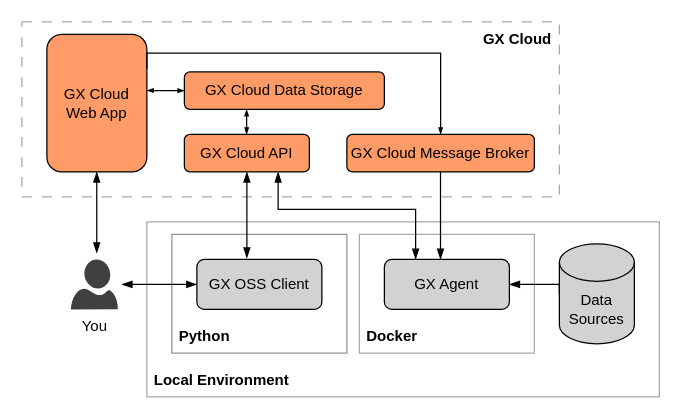
Above: page "deployment-gx-oss-local" (3 of 4) of docs/docusaurus/docs/cloud/architecture_deployment_images/gx_cloud_architecture_and_deployment_diagrams.drawio in great-expectations/great_expectations (draw.io), before the change. Source tidied: cells renumbered, new cells numbered last; positions are measured from the earlier drawing's top-left corner, leaving out a move shared by most shapes. Both pictures are drawn from the tidied source at 125%, with x=0, y=0 at pixel (21, 21).
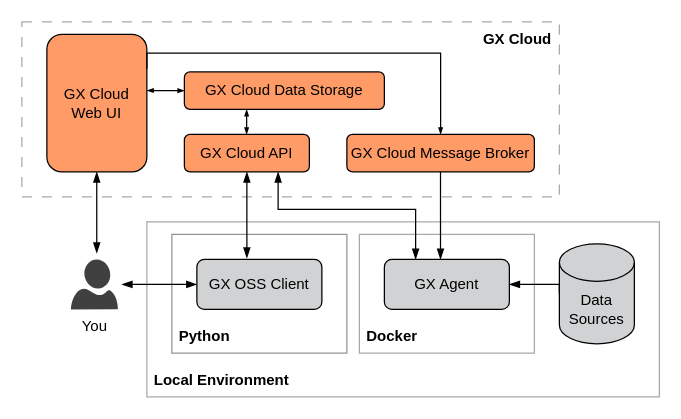
The same page after the edit.

Diff of the diagram source:
```diff
@@
-    <mxCell id="5" value="GX Cloud&lt;br&gt;Web App" style="rounded=1;whiteSpace=wrap;html=1;strokeWidth=1;fillColor=#FF9B67;" parent="1" vertex="1">
+    <mxCell id="5" value="GX Cloud&lt;br&gt;Web UI" style="rounded=1;whiteSpace=wrap;html=1;strokeWidth=1;fillColor=#FF9B67;" parent="1" vertex="1">
       <mxGeometry x="20" y="10" width="80" height="110" as="geometry" />
     </mxCell>
```
